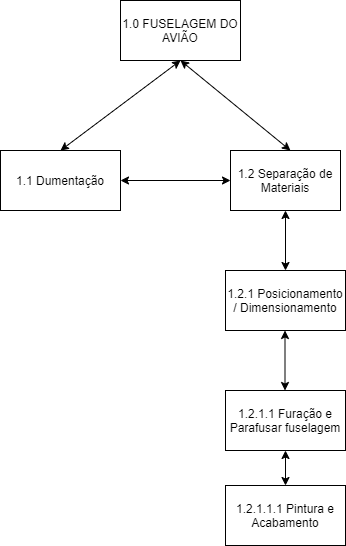
Earlier version of the draw.io export atividade_ger_projetos/eap.png (leonardopazzini/FATEC-TAREFA-INFORMATICA). Source tidied: cells renumbered, new cells last; positions are measured from the earlier drawing's top-left corner, leaving out a move shared by most shapes.
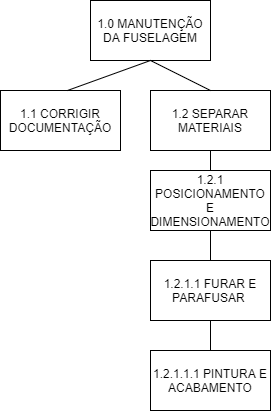
The same file after the commit.

Change to the diagram source:
```diff
@@ -2,44 +2,38 @@
   <root>
     <mxCell id="0" />
     <mxCell id="1" parent="0" />
-    <mxCell id="2" value="1.0 FUSELAGEM DO AVIÃO" style="rounded=0;whiteSpace=wrap;html=1;" parent="1" vertex="1">
-      <mxGeometry x="120" width="120" height="60" as="geometry" />
-    </mxCell>
-    <mxCell id="3" value="1.2.1 Posicionamento / Dimensionamento" style="rounded=0;whiteSpace=wrap;html=1;" parent="1" vertex="1">
-      <mxGeometry x="225" y="270" width="120" height="60" as="geometry" />
-    </mxCell>
-    <mxCell id="4" value="1.1 Dumentação" style="rounded=0;whiteSpace=wrap;html=1;" parent="1" vertex="1">
-      <mxGeometry y="150" width="120" height="60" as="geometry" />
-    </mxCell>
-    <mxCell id="5" value="1.2 Separação de Materiais" style="rounded=0;whiteSpace=wrap;html=1;" parent="1" vertex="1">
-      <mxGeometry x="230" y="150" width="110" height="60" as="geometry" />
-    </mxCell>
-    <mxCell id="6" value="1.2.1.1 Furação e Parafusar fuselagem" style="rounded=0;whiteSpace=wrap;html=1;" parent="1" vertex="1">
-      <mxGeometry x="225" y="390" width="120" height="60" as="geometry" />
-    </mxCell>
-    <mxCell id="7" style="endArrow=classic;startArrow=classic;html=1;entryX=0;entryY=0.5;entryDx=0;entryDy=0;exitX=1;exitY=0.5;exitDx=0;exitDy=0;" parent="1" edge="1" source="4" target="5">
-      <mxGeometry relative="1" as="geometry" />
-    </mxCell>
-    <mxCell id="8" style="endArrow=classic;startArrow=classic;html=1;entryX=0.5;entryY=1;entryDx=0;entryDy=0;exitX=0.545;exitY=0;exitDx=0;exitDy=0;exitPerimeter=0;" parent="1" edge="1" source="5" target="2">
-      <mxGeometry relative="1" as="geometry" />
-    </mxCell>
-    <mxCell id="9" style="endArrow=classic;startArrow=classic;html=1;exitX=0.5;exitY=0;exitDx=0;exitDy=0;entryX=0.5;entryY=1;entryDx=0;entryDy=0;" parent="1" edge="1" source="4" target="2">
-      <mxGeometry relative="1" as="geometry" />
-    </mxCell>
-    <mxCell id="10" style="endArrow=classic;startArrow=classic;html=1;entryX=0.5;entryY=1;entryDx=0;entryDy=0;exitX=0.5;exitY=0;exitDx=0;exitDy=0;" parent="1" edge="1" source="3" target="5">
-      <mxGeometry relative="1" as="geometry" />
-    </mxCell>
-    <mxCell id="11" style="endArrow=classic;startArrow=classic;html=1;entryX=0.5;entryY=1;entryDx=0;entryDy=0;exitX=0.5;exitY=0;exitDx=0;exitDy=0;" parent="1" edge="1">
-      <mxGeometry relative="1" as="geometry">
-        <mxPoint x="284.5" y="390" as="sourcePoint" />
-        <mxPoint x="284.5" y="330" as="targetPoint" />
-      </mxGeometry>
-    </mxCell>
-    <mxCell id="12" value="1.2.1.1.1 Pintura e Acabamento" style="rounded=0;whiteSpace=wrap;html=1;" parent="1" vertex="1">
-      <mxGeometry x="225" y="485" width="120" height="60" as="geometry" />
-    </mxCell>
-    <mxCell id="13" style="endArrow=classic;startArrow=classic;html=1;entryX=0.5;entryY=1;entryDx=0;entryDy=0;exitX=0.5;exitY=0;exitDx=0;exitDy=0;" parent="1" edge="1" source="12" target="6">
-      <mxGeometry relative="1" as="geometry" />
-    </mxCell>
+    <mxCell id="14" value="1.0 MANUTENÇÃO DA FUSELAGEM" style="rounded=0;whiteSpace=wrap;html=1;" parent="1" vertex="1">
+      <mxGeometry width="120" height="60" as="geometry" />
+    </mxCell>
+    <mxCell id="15" value="1.2 SEPARAR MATERIAIS" style="rounded=0;whiteSpace=wrap;html=1;" parent="1" vertex="1">
+      <mxGeometry x="60" y="90" width="120" height="60" as="geometry" />
+    </mxCell>
+    <mxCell id="16" value="1.2.1.1 FURAR E PARAFUSAR&amp;nbsp;" style="rounded=0;whiteSpace=wrap;html=1;" parent="1" vertex="1">
+      <mxGeometry x="60" y="260" width="120" height="60" as="geometry" />
+    </mxCell>
+    <mxCell id="17" value="1.2.1.1.1 PINTURA E ACABAMENTO" style="rounded=0;whiteSpace=wrap;html=1;" parent="1" vertex="1">
+      <mxGeometry x="60" y="350" width="120" height="60" as="geometry" />
+    </mxCell>
+    <mxCell id="18" value="1.1 CORRIGIR DOCUMENTAÇÃO" style="rounded=0;whiteSpace=wrap;html=1;" parent="1" vertex="1">
+      <mxGeometry x="-90" y="90" width="120" height="60" as="geometry" />
+    </mxCell>
+    <mxCell id="19" style="endArrow=none;html=1;entryX=0.5;entryY=1;entryDx=0;entryDy=0;exitX=0.558;exitY=0;exitDx=0;exitDy=0;exitPerimeter=0;" parent="1" edge="1" source="18" target="14">
+      <mxGeometry relative="1" as="geometry" />
+    </mxCell>
+    <mxCell id="20" style="endArrow=none;html=1;entryX=0.5;entryY=0;entryDx=0;entryDy=0;exitX=0.5;exitY=1;exitDx=0;exitDy=0;" parent="1" edge="1" source="14" target="15">
+      <mxGeometry relative="1" as="geometry" />
+    </mxCell>
+    <mxCell id="21" value="1.2.1 POSICIONAMENTO E DIMENSIONAMENTO" style="rounded=0;whiteSpace=wrap;html=1;" parent="1" vertex="1">
+      <mxGeometry x="60" y="170" width="120" height="60" as="geometry" />
+    </mxCell>
+    <mxCell id="22" style="endArrow=none;html=1;entryX=0.5;entryY=1;entryDx=0;entryDy=0;exitX=0.5;exitY=0;exitDx=0;exitDy=0;" parent="1" edge="1" source="21" target="15">
+      <mxGeometry relative="1" as="geometry" />
+    </mxCell>
+    <mxCell id="23" style="endArrow=none;html=1;entryX=0.5;entryY=1;entryDx=0;entryDy=0;exitX=0.5;exitY=0;exitDx=0;exitDy=0;" parent="1" edge="1" source="16" target="21">
+      <mxGeometry relative="1" as="geometry" />
+    </mxCell>
+    <mxCell id="24" style="endArrow=none;html=1;entryX=0.5;entryY=1;entryDx=0;entryDy=0;exitX=0.5;exitY=0;exitDx=0;exitDy=0;" parent="1" edge="1" source="17" target="16">
+      <mxGeometry relative="1" as="geometry" />
+    </mxCell>
   </root>
 </mxGraphModel>
```
